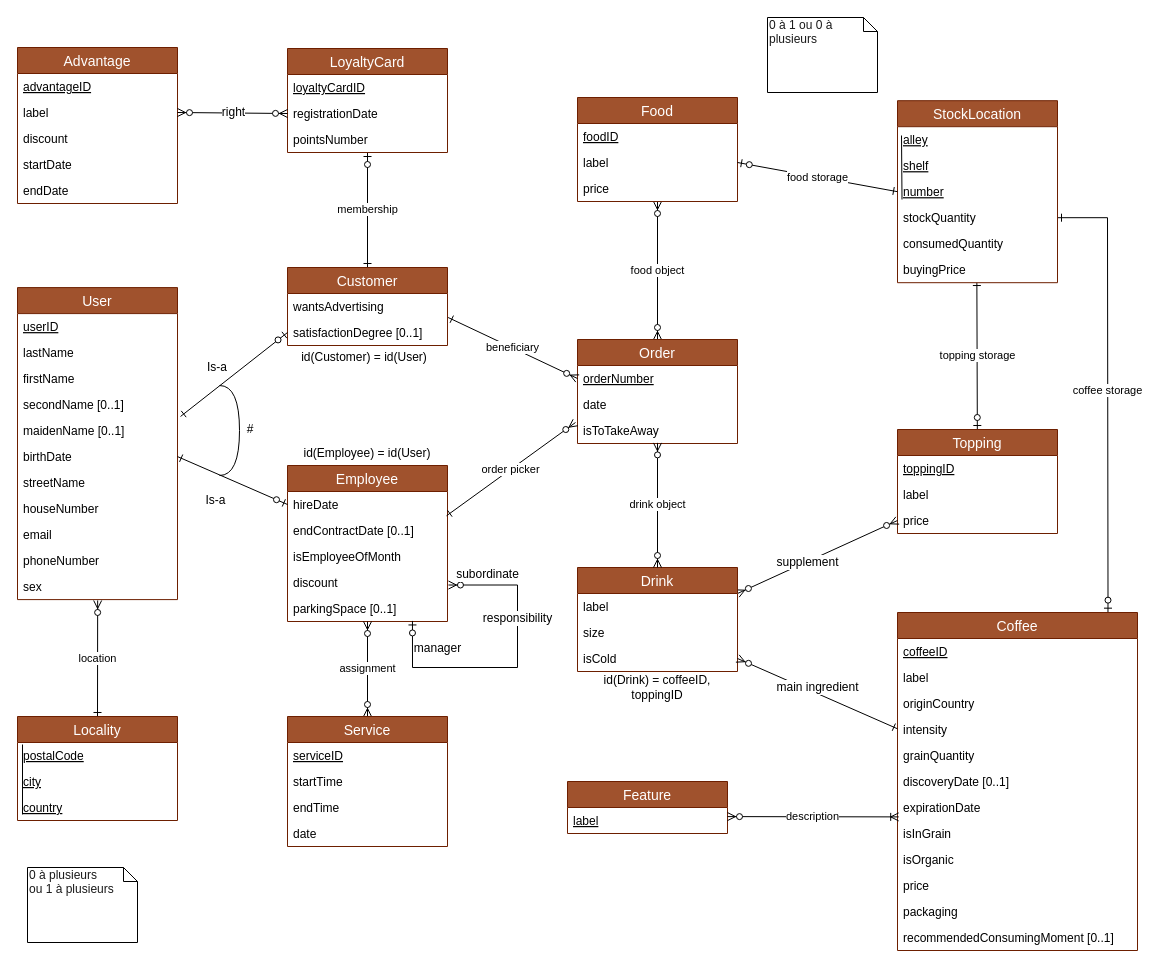
DrakeXorn/CoffIG keeps this draw.io diagram as SchemaEA.drawio. Above is the earlier version. Source tidied: cells renumbered, new cells numbered last; positions are measured from the earlier drawing's top-left corner, leaving out a move shared by most shapes. Both pictures are drawn from the tidied source at 100%, with x=0, y=0 at pixel (17, 17).
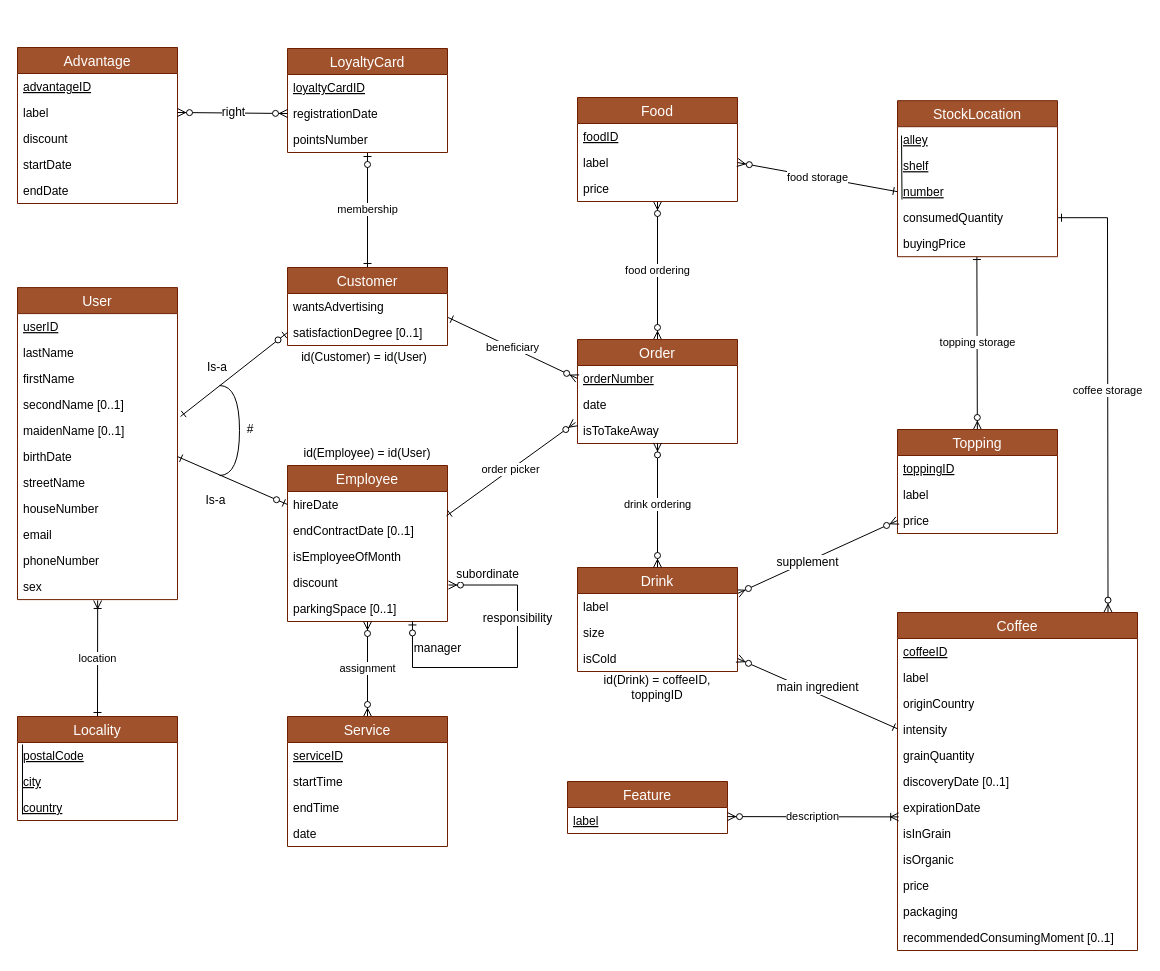
After the change.

Commit message:
Changement de cardinalités et de nom d'association

The change refers to these unchanged cells:
```xml
<mxCell id="6" value="isToTakeAway" style="text;strokeColor=none;fillColor=none;spacingLeft=4;spacingRight=4;overflow=hidden;points=[[0,0.5],[1,0.5]];portConstraint=eastwest;fontSize=12;" parent="3" vertex="1">
  <mxGeometry y="78" width="160" height="26" as="geometry" />
</mxCell>
<mxCell id="9" value="label" style="text;strokeColor=none;fillColor=none;spacingLeft=4;spacingRight=4;overflow=hidden;points=[[0,0.5],[1,0.5]];portConstraint=eastwest;fontSize=12;" parent="7" vertex="1">
  <mxGeometry y="52" width="160" height="26" as="geometry" />
</mxCell>
<mxCell id="10" value="price" style="text;strokeColor=none;fillColor=none;spacingLeft=4;spacingRight=4;overflow=hidden;points=[[0,0.5],[1,0.5]];portConstraint=eastwest;fontSize=12;" parent="7" vertex="1">
  <mxGeometry y="78" width="160" height="26" as="geometry" />
</mxCell>
<mxCell id="12" value="Topping" style="swimlane;fontStyle=0;horizontal=1;startSize=26;fillColor=#a0522d;swimlaneFillColor=#ffffff;align=center;fontSize=14;strokeColor=#6D1F00;fontColor=#ffffff;" parent="1" vertex="1">
  <mxGeometry x="880" y="412" width="160" height="104" as="geometry" />
</mxCell>
<mxCell id="18" value="Drink" style="swimlane;fontStyle=0;horizontal=1;startSize=26;fillColor=#a0522d;swimlaneFillColor=#ffffff;align=center;fontSize=14;strokeColor=#6D1F00;fontColor=#ffffff;" parent="1" vertex="1">
  <mxGeometry x="560" y="550" width="160" height="104" as="geometry" />
</mxCell>
<mxCell id="23" value="Coffee" style="swimlane;fontStyle=0;horizontal=1;startSize=26;fillColor=#a0522d;swimlaneFillColor=#ffffff;align=center;fontSize=14;strokeColor=#6D1F00;fontColor=#ffffff;" parent="1" vertex="1">
  <mxGeometry x="880" y="595" width="240" height="338" as="geometry" />
</mxCell>
<mxCell id="41" value="number" style="text;strokeColor=none;fillColor=none;spacingLeft=4;spacingRight=4;overflow=hidden;points=[[0,0.5],[1,0.5]];portConstraint=eastwest;fontSize=12;fontStyle=4;" parent="38" vertex="1">
  <mxGeometry y="78" width="160" height="26" as="geometry" />
</mxCell>
<mxCell id="57" value="sex" style="text;strokeColor=none;fillColor=none;spacingLeft=4;spacingRight=4;overflow=hidden;points=[[0,0.5],[1,0.5]];portConstraint=eastwest;fontSize=12;" parent="46" vertex="1">
  <mxGeometry y="286" width="160" height="26" as="geometry" />
</mxCell>
<mxCell id="59" value="Locality" style="swimlane;fontStyle=0;horizontal=1;startSize=26;fillColor=#a0522d;swimlaneFillColor=#ffffff;align=center;fontSize=14;strokeColor=#6D1F00;fontColor=#ffffff;" parent="1" vertex="1">
  <mxGeometry y="699" width="160" height="104" as="geometry" />
</mxCell>
```

What changed in the source:
```diff
@@
-    <mxCell id="2" value="food object" style="edgeStyle=none;rounded=0;jettySize=auto;html=1;startArrow=ERzeroToMany;startFill=1;endArrow=ERzeroToMany;endFill=1;" parent="1" edge="1" target="10">
+    <mxCell id="2" value="food ordering" style="edgeStyle=none;rounded=0;jettySize=auto;html=1;startArrow=ERzeroToMany;startFill=1;endArrow=ERzeroToMany;endFill=1;" parent="1" edge="1" target="10">
       <mxGeometry relative="1" as="geometry">
         <mxPoint x="640" y="322" as="sourcePoint" />
       </mxGeometry>
     </mxCell>
@@
-    <mxCell id="11" value="topping storage" style="edgeStyle=none;rounded=0;jettySize=auto;html=1;startArrow=ERzeroToOne;startFill=1;endArrow=ERone;endFill=0;entryX=0.496;entryY=0.955;entryDx=0;entryDy=0;entryPerimeter=0;" parent="1" edge="1" source="12" target="44">
+    <mxCell id="11" value="topping storage" style="edgeStyle=none;rounded=0;jettySize=auto;html=1;startArrow=ERzeroToMany;startFill=1;endArrow=ERone;endFill=0;entryX=0.496;entryY=0.955;entryDx=0;entryDy=0;entryPerimeter=0;" parent="1" edge="1" source="12" target="44">
       <mxGeometry relative="1" as="geometry" />
     </mxCell>
@@
-    <mxCell id="22" value="coffee storage" style="edgeStyle=orthogonalEdgeStyle;rounded=0;jettySize=auto;html=1;entryX=1;entryY=0.5;entryDx=0;entryDy=0;startArrow=ERzeroToOne;startFill=1;endArrow=ERone;endFill=0;exitX=0.877;exitY=-0.001;exitDx=0;exitDy=0;exitPerimeter=0;" parent="1" edge="1" source="23" target="42">
+    <mxCell id="22" value="coffee storage" style="edgeStyle=orthogonalEdgeStyle;rounded=0;jettySize=auto;html=1;entryX=1;entryY=0.5;entryDx=0;entryDy=0;startArrow=ERzeroToMany;startFill=1;endArrow=ERone;endFill=0;exitX=0.877;exitY=-0.001;exitDx=0;exitDy=0;exitPerimeter=0;" parent="1" edge="1" source="23">
       <mxGeometry relative="1" as="geometry">
+        <mxPoint x="1040" y="200.2" as="targetPoint" />
         <Array as="points">
           <mxPoint x="1090" y="580" />
           <mxPoint x="1090" y="200" />
         </Array>
       </mxGeometry>
     </mxCell>
@@
     <mxCell id="38" value="StockLocation" style="swimlane;fontStyle=0;horizontal=1;startSize=26;fillColor=#a0522d;swimlaneFillColor=#ffffff;align=center;fontSize=14;strokeColor=#6D1F00;fontColor=#ffffff;" parent="1" vertex="1">
-      <mxGeometry x="880" y="83.2" width="160" height="182" as="geometry" />
+      <mxGeometry x="880" y="83.2" width="160" height="156" as="geometry" />
     </mxCell>
@@
-    <mxCell id="42" value="stockQuantity" style="text;strokeColor=none;fillColor=none;spacingLeft=4;spacingRight=4;overflow=hidden;points=[[0,0.5],[1,0.5]];portConstraint=eastwest;fontSize=12;" parent="38" vertex="1">
-      <mxGeometry y="104" width="160" height="26" as="geometry" />
-    </mxCell>
     <mxCell id="43" value="consumedQuantity" style="text;strokeColor=none;fillColor=none;spacingLeft=4;spacingRight=4;overflow=hidden;fontSize=12;" parent="38" vertex="1">
-      <mxGeometry y="130" width="160" height="26" as="geometry" />
+      <mxGeometry y="104" width="160" height="26" as="geometry" />
     </mxCell>
     <mxCell id="44" value="buyingPrice" style="text;strokeColor=none;fillColor=none;spacingLeft=4;spacingRight=4;overflow=hidden;points=[[0,0.5],[1,0.5]];portConstraint=eastwest;fontSize=12;" parent="38" vertex="1">
-      <mxGeometry y="156" width="160" height="26" as="geometry" />
+      <mxGeometry y="130" width="160" height="26" as="geometry" />
     </mxCell>
@@
-    <mxCell id="58" value="location" style="edgeStyle=none;rounded=0;jettySize=auto;html=1;exitX=0.5;exitY=0;exitDx=0;exitDy=0;entryX=0.501;entryY=1.034;entryDx=0;entryDy=0;entryPerimeter=0;startArrow=ERone;startFill=0;endArrow=ERzeroToMany;endFill=1;" parent="1" edge="1" source="59" target="57">
+    <mxCell id="58" value="location" style="edgeStyle=none;rounded=0;jettySize=auto;html=1;exitX=0.5;exitY=0;exitDx=0;exitDy=0;entryX=0.501;entryY=1.034;entryDx=0;entryDy=0;entryPerimeter=0;startArrow=ERone;startFill=0;endArrow=ERoneToMany;endFill=0;" parent="1" edge="1" source="59" target="57">
       <mxGeometry relative="1" as="geometry" />
     </mxCell>
@@
-    <mxCell id="94" value="drink object" style="edgeStyle=none;rounded=0;jettySize=auto;html=1;startArrow=ERzeroToMany;startFill=1;endArrow=ERzeroToMany;endFill=1;exitX=0.5;exitY=0.977;exitDx=0;exitDy=0;exitPerimeter=0;" parent="1" edge="1" source="6" target="18">
+    <mxCell id="94" value="drink ordering" style="edgeStyle=none;rounded=0;jettySize=auto;html=1;startArrow=ERzeroToMany;startFill=1;endArrow=ERzeroToMany;endFill=1;exitX=0.5;exitY=0.977;exitDx=0;exitDy=0;exitPerimeter=0;" parent="1" edge="1" source="6" target="18">
       <mxGeometry relative="1" as="geometry" />
     </mxCell>
@@
-    <mxCell id="97" value="food storage" style="edgeStyle=none;rounded=0;jettySize=auto;html=1;exitX=1;exitY=0.5;exitDx=0;exitDy=0;entryX=0;entryY=0.5;entryDx=0;entryDy=0;startArrow=ERzeroToOne;startFill=1;endArrow=ERone;endFill=0;" parent="1" edge="1" source="9" target="41">
+    <mxCell id="97" value="food storage" style="edgeStyle=none;rounded=0;jettySize=auto;html=1;exitX=1;exitY=0.5;exitDx=0;exitDy=0;entryX=0;entryY=0.5;entryDx=0;entryDy=0;startArrow=ERzeroToMany;startFill=1;endArrow=ERone;endFill=0;" parent="1" edge="1" source="9" target="41">
       <mxGeometry relative="1" as="geometry" />
     </mxCell>
@@
-    <mxCell id="112" value="&lt;font color=&quot;#1a1a1a&quot;&gt;0 à 1 ou 0 à&lt;br&gt;plusieurs&lt;/font&gt;" style="shape=note;whiteSpace=wrap;html=1;size=14;verticalAlign=top;align=left;spacingTop=-6;labelBackgroundColor=#FFFFFF;" parent="1" vertex="1">
-      <mxGeometry x="750" width="110" height="75" as="geometry" />
-    </mxCell>
-    <mxCell id="113" value="&lt;font color=&quot;#1a1a1a&quot;&gt;0 à plusieurs&amp;nbsp;&lt;br&gt;ou 1 à plusieurs&lt;br&gt;&lt;/font&gt;" style="shape=note;whiteSpace=wrap;html=1;size=14;verticalAlign=top;align=left;spacingTop=-6;labelBackgroundColor=#FFFFFF;fontColor=#D5E8D4;" parent="1" vertex="1">
-      <mxGeometry x="10" y="850" width="110" height="75" as="geometry" />
-    </mxCell>
```
